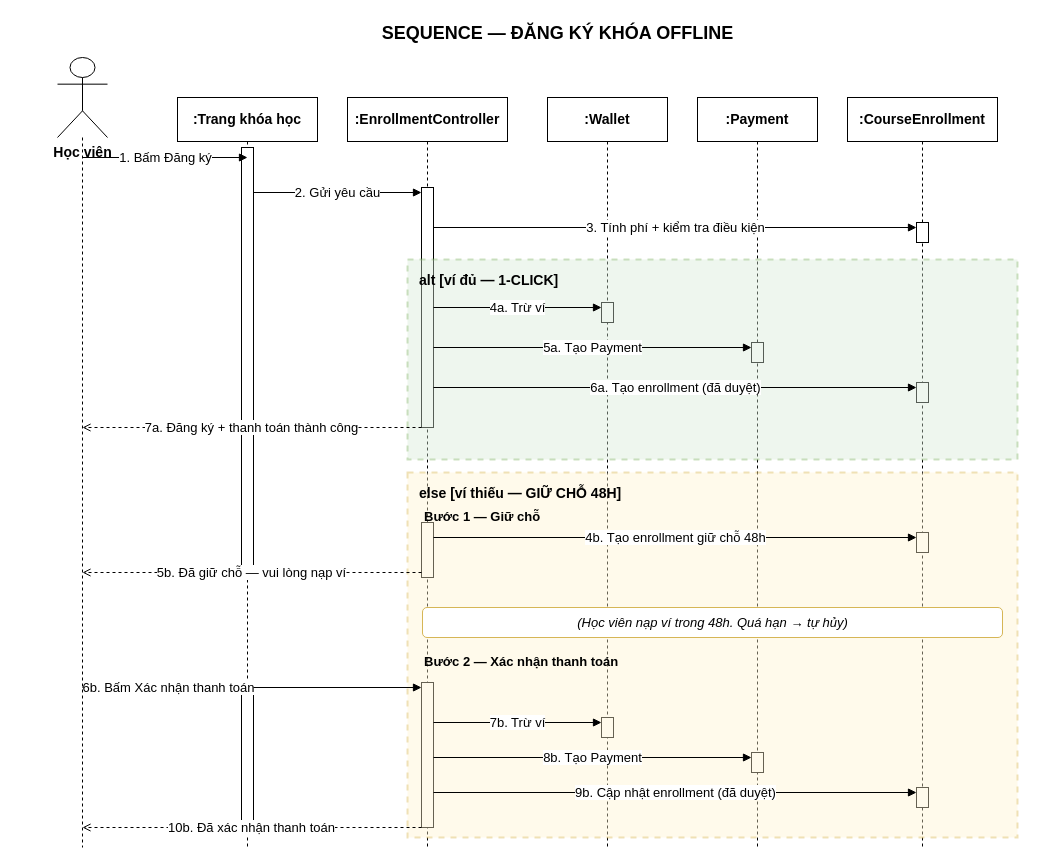
Before: docs/uml/pages/07_sequence-enrollment-manual-approval.drawio in DangThanh2204/CongDangKy_KhaiTriEdu_Laravel-, a draw.io diagram. Source tidied: cells renumbered, new cells numbered last; positions are measured from the earlier drawing's top-left corner, leaving out a move shared by most shapes. Both pictures are drawn from the tidied source at 100%, with x=0, y=0 at pixel (57, 17).
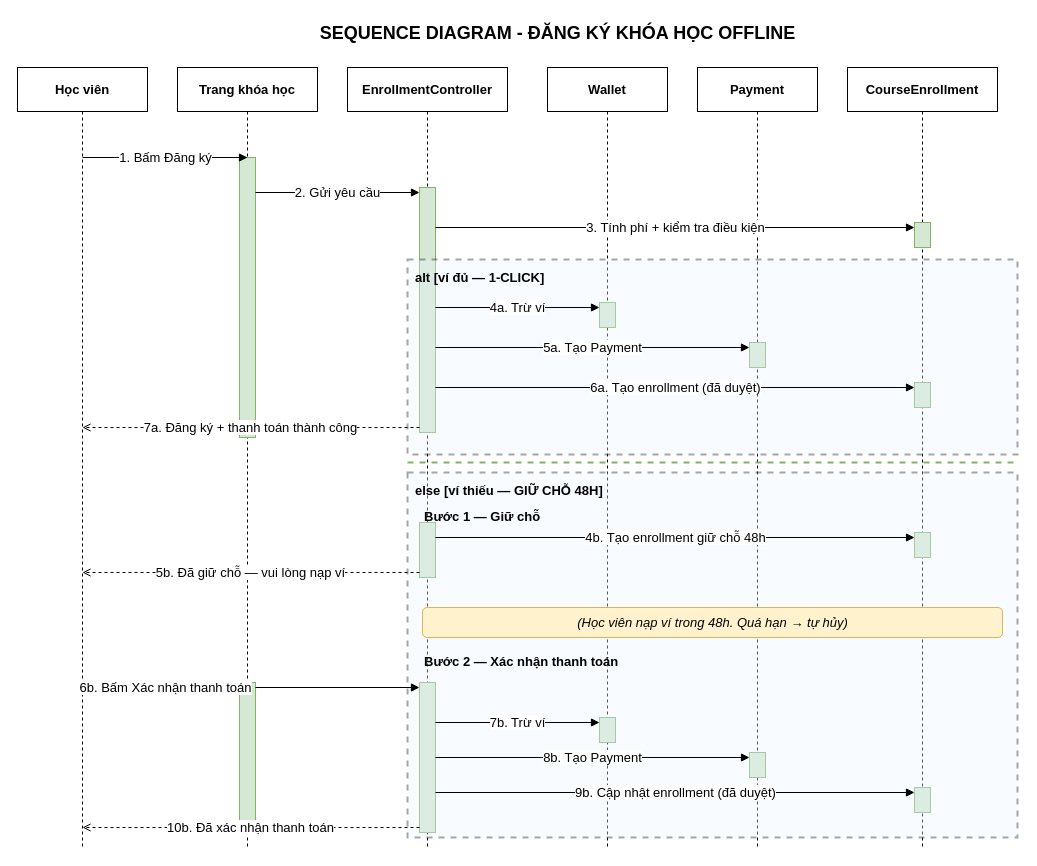
After the change.

Commit message:
docs(uml): đồng bộ sơ đồ 07 với phong cách các sequence diagram khác

The edit, as a diff of the source:
```diff
@@
-    <mxCell id="2" value="SEQUENCE — ĐĂNG KÝ KHÓA OFFLINE" style="text;html=1;strokeColor=none;fillColor=none;align=center;verticalAlign=middle;fontStyle=1;fontSize=18;" parent="1" vertex="1">
-      <mxGeometry x="180" width="640" height="32" as="geometry" />
+    <mxCell id="2" value="SEQUENCE DIAGRAM - ĐĂNG KÝ KHÓA HỌC OFFLINE" style="text;html=1;strokeColor=none;fillColor=none;align=center;verticalAlign=middle;fontStyle=1;fontSize=18;" parent="1" vertex="1">
+      <mxGeometry x="140" width="720" height="32" as="geometry" />
     </mxCell>
-    <mxCell id="3" value="Học viên" style="shape=umlActor;verticalLabelPosition=bottom;verticalAlign=top;html=1;fontSize=14;fontStyle=1;" parent="1" vertex="1">
-      <mxGeometry y="40" width="50" height="80" as="geometry" />
+    <mxCell id="3" value="Học viên" style="rounded=0;whiteSpace=wrap;html=1;fontStyle=1;fontSize=13;" parent="1" vertex="1">
+      <mxGeometry x="-40" y="50" width="130" height="44" as="geometry" />
     </mxCell>
-    <mxCell id="4" value=":Trang khóa học" style="rounded=0;whiteSpace=wrap;html=1;fontStyle=1;fontSize=14;fillColor=#ffffff;strokeColor=#000000;" parent="1" vertex="1">
-      <mxGeometry x="120" y="80" width="140" height="44" as="geometry" />
+    <mxCell id="4" value="Trang khóa học" style="rounded=0;whiteSpace=wrap;html=1;fontStyle=1;fontSize=13;" parent="1" vertex="1">
+      <mxGeometry x="120" y="50" width="140" height="44" as="geometry" />
     </mxCell>
-    <mxCell id="5" value=":EnrollmentController" style="rounded=0;whiteSpace=wrap;html=1;fontStyle=1;fontSize=14;fillColor=#ffffff;strokeColor=#000000;" parent="1" vertex="1">
-      <mxGeometry x="290" y="80" width="160" height="44" as="geometry" />
+    <mxCell id="5" value="EnrollmentController" style="rounded=0;whiteSpace=wrap;html=1;fontStyle=1;fontSize=13;" parent="1" vertex="1">
+      <mxGeometry x="290" y="50" width="160" height="44" as="geometry" />
     </mxCell>
-    <mxCell id="6" value=":Wallet" style="rounded=0;whiteSpace=wrap;html=1;fontStyle=1;fontSize=14;fillColor=#ffffff;strokeColor=#000000;" parent="1" vertex="1">
-      <mxGeometry x="490" y="80" width="120" height="44" as="geometry" />
+    <mxCell id="6" value="Wallet" style="rounded=0;whiteSpace=wrap;html=1;fontStyle=1;fontSize=13;" parent="1" vertex="1">
+      <mxGeometry x="490" y="50" width="120" height="44" as="geometry" />
     </mxCell>
-    <mxCell id="7" value=":Payment" style="rounded=0;whiteSpace=wrap;html=1;fontStyle=1;fontSize=14;fillColor=#ffffff;strokeColor=#000000;" parent="1" vertex="1">
-      <mxGeometry x="640" y="80" width="120" height="44" as="geometry" />
+    <mxCell id="7" value="Payment" style="rounded=0;whiteSpace=wrap;html=1;fontStyle=1;fontSize=13;" parent="1" vertex="1">
+      <mxGeometry x="640" y="50" width="120" height="44" as="geometry" />
     </mxCell>
-    <mxCell id="8" value=":CourseEnrollment" style="rounded=0;whiteSpace=wrap;html=1;fontStyle=1;fontSize=14;fillColor=#ffffff;strokeColor=#000000;" parent="1" vertex="1">
-      <mxGeometry x="790" y="80" width="150" height="44" as="geometry" />
+    <mxCell id="8" value="CourseEnrollment" style="rounded=0;whiteSpace=wrap;html=1;fontStyle=1;fontSize=13;" parent="1" vertex="1">
+      <mxGeometry x="790" y="50" width="150" height="44" as="geometry" />
     </mxCell>
-    <mxCell id="9" style="dashed=1;endArrow=none;html=1;strokeColor=#000000;" parent="1" edge="1">
+    <mxCell id="9" style="dashed=1;endArrow=none;html=1;" parent="1" edge="1">
       <mxGeometry relative="1" as="geometry">
-        <mxPoint x="25" y="120" as="sourcePoint" />
+        <mxPoint x="25" y="94" as="sourcePoint" />
         <mxPoint x="25" y="830" as="targetPoint" />
       </mxGeometry>
     </mxCell>
-    <mxCell id="10" style="dashed=1;endArrow=none;html=1;strokeColor=#000000;" parent="1" edge="1">
+    <mxCell id="10" style="dashed=1;endArrow=none;html=1;" parent="1" edge="1">
       <mxGeometry relative="1" as="geometry">
-        <mxPoint x="190" y="124" as="sourcePoint" />
+        <mxPoint x="190" y="94" as="sourcePoint" />
         <mxPoint x="190" y="830" as="targetPoint" />
       </mxGeometry>
     </mxCell>
-    <mxCell id="11" style="dashed=1;endArrow=none;html=1;strokeColor=#000000;" parent="1" edge="1">
+    <mxCell id="11" style="dashed=1;endArrow=none;html=1;" parent="1" edge="1">
       <mxGeometry relative="1" as="geometry">
-        <mxPoint x="370" y="124" as="sourcePoint" />
+        <mxPoint x="370" y="94" as="sourcePoint" />
         <mxPoint x="370" y="830" as="targetPoint" />
       </mxGeometry>
     </mxCell>
-    <mxCell id="12" style="dashed=1;endArrow=none;html=1;strokeColor=#000000;" parent="1" edge="1">
+    <mxCell id="12" style="dashed=1;endArrow=none;html=1;" parent="1" edge="1">
       <mxGeometry relative="1" as="geometry">
-        <mxPoint x="550" y="124" as="sourcePoint" />
+        <mxPoint x="550" y="94" as="sourcePoint" />
         <mxPoint x="550" y="830" as="targetPoint" />
       </mxGeometry>
     </mxCell>
-    <mxCell id="13" style="dashed=1;endArrow=none;html=1;strokeColor=#000000;" parent="1" edge="1">
+    <mxCell id="13" style="dashed=1;endArrow=none;html=1;" parent="1" edge="1">
       <mxGeometry relative="1" as="geometry">
-        <mxPoint x="700" y="124" as="sourcePoint" />
+        <mxPoint x="700" y="94" as="sourcePoint" />
         <mxPoint x="700" y="830" as="targetPoint" />
       </mxGeometry>
     </mxCell>
-    <mxCell id="14" style="dashed=1;endArrow=none;html=1;strokeColor=#000000;" parent="1" edge="1">
+    <mxCell id="14" style="dashed=1;endArrow=none;html=1;" parent="1" edge="1">
       <mxGeometry relative="1" as="geometry">
-        <mxPoint x="865" y="124" as="sourcePoint" />
+        <mxPoint x="865" y="94" as="sourcePoint" />
         <mxPoint x="865" y="830" as="targetPoint" />
       </mxGeometry>
     </mxCell>
-    <mxCell id="15" style="rounded=0;whiteSpace=wrap;html=1;fillColor=#ffffff;strokeColor=#000000;" parent="1" vertex="1">
-      <mxGeometry x="184" y="130" width="12" height="430" as="geometry" />
+    <mxCell id="15" style="rounded=0;whiteSpace=wrap;html=1;fillColor=#d5e8d4;strokeColor=#82b366;" parent="1" vertex="1">
+      <mxGeometry x="182" y="140" width="16" height="280" as="geometry" />
     </mxCell>
-    <mxCell id="16" style="rounded=0;whiteSpace=wrap;html=1;fillColor=#ffffff;strokeColor=#000000;" parent="1" vertex="1">
-      <mxGeometry x="184" y="665" width="12" height="145" as="geometry" />
+    <mxCell id="16" style="rounded=0;whiteSpace=wrap;html=1;fillColor=#d5e8d4;strokeColor=#82b366;" parent="1" vertex="1">
+      <mxGeometry x="182" y="665" width="16" height="150" as="geometry" />
     </mxCell>
-    <mxCell id="17" style="rounded=0;whiteSpace=wrap;html=1;fillColor=#ffffff;strokeColor=#000000;" parent="1" vertex="1">
-      <mxGeometry x="364" y="170" width="12" height="240" as="geometry" />
+    <mxCell id="17" style="rounded=0;whiteSpace=wrap;html=1;fillColor=#d5e8d4;strokeColor=#82b366;" parent="1" vertex="1">
+      <mxGeometry x="362" y="170" width="16" height="245" as="geometry" />
     </mxCell>
-    <mxCell id="18" style="rounded=0;whiteSpace=wrap;html=1;fillColor=#ffffff;strokeColor=#000000;" parent="1" vertex="1">
-      <mxGeometry x="364" y="505" width="12" height="55" as="geometry" />
+    <mxCell id="18" style="rounded=0;whiteSpace=wrap;html=1;fillColor=#d5e8d4;strokeColor=#82b366;" parent="1" vertex="1">
+      <mxGeometry x="362" y="505" width="16" height="55" as="geometry" />
     </mxCell>
-    <mxCell id="19" style="rounded=0;whiteSpace=wrap;html=1;fillColor=#ffffff;strokeColor=#000000;" parent="1" vertex="1">
-      <mxGeometry x="364" y="665" width="12" height="145" as="geometry" />
+    <mxCell id="19" style="rounded=0;whiteSpace=wrap;html=1;fillColor=#d5e8d4;strokeColor=#82b366;" parent="1" vertex="1">
+      <mxGeometry x="362" y="665" width="16" height="150" as="geometry" />
     </mxCell>
-    <mxCell id="20" style="rounded=0;whiteSpace=wrap;html=1;fillColor=#ffffff;strokeColor=#000000;" parent="1" vertex="1">
-      <mxGeometry x="544" y="285" width="12" height="20" as="geometry" />
+    <mxCell id="20" style="rounded=0;whiteSpace=wrap;html=1;fillColor=#d5e8d4;strokeColor=#82b366;" parent="1" vertex="1">
+      <mxGeometry x="542" y="285" width="16" height="25" as="geometry" />
     </mxCell>
-    <mxCell id="21" style="rounded=0;whiteSpace=wrap;html=1;fillColor=#ffffff;strokeColor=#000000;" parent="1" vertex="1">
-      <mxGeometry x="544" y="700" width="12" height="20" as="geometry" />
+    <mxCell id="21" style="rounded=0;whiteSpace=wrap;html=1;fillColor=#d5e8d4;strokeColor=#82b366;" parent="1" vertex="1">
+      <mxGeometry x="542" y="700" width="16" height="25" as="geometry" />
     </mxCell>
-    <mxCell id="22" style="rounded=0;whiteSpace=wrap;html=1;fillColor=#ffffff;strokeColor=#000000;" parent="1" vertex="1">
-      <mxGeometry x="694" y="325" width="12" height="20" as="geometry" />
+    <mxCell id="22" style="rounded=0;whiteSpace=wrap;html=1;fillColor=#d5e8d4;strokeColor=#82b366;" parent="1" vertex="1">
+      <mxGeometry x="692" y="325" width="16" height="25" as="geometry" />
     </mxCell>
-    <mxCell id="23" style="rounded=0;whiteSpace=wrap;html=1;fillColor=#ffffff;strokeColor=#000000;" parent="1" vertex="1">
-      <mxGeometry x="694" y="735" width="12" height="20" as="geometry" />
+    <mxCell id="23" style="rounded=0;whiteSpace=wrap;html=1;fillColor=#d5e8d4;strokeColor=#82b366;" parent="1" vertex="1">
+      <mxGeometry x="692" y="735" width="16" height="25" as="geometry" />
     </mxCell>
-    <mxCell id="24" style="rounded=0;whiteSpace=wrap;html=1;fillColor=#ffffff;strokeColor=#000000;" parent="1" vertex="1">
-      <mxGeometry x="859" y="205" width="12" height="20" as="geometry" />
+    <mxCell id="24" style="rounded=0;whiteSpace=wrap;html=1;fillColor=#d5e8d4;strokeColor=#82b366;" parent="1" vertex="1">
+      <mxGeometry x="857" y="205" width="16" height="25" as="geometry" />
     </mxCell>
-    <mxCell id="25" style="rounded=0;whiteSpace=wrap;html=1;fillColor=#ffffff;strokeColor=#000000;" parent="1" vertex="1">
-      <mxGeometry x="859" y="365" width="12" height="20" as="geometry" />
+    <mxCell id="25" style="rounded=0;whiteSpace=wrap;html=1;fillColor=#d5e8d4;strokeColor=#82b366;" parent="1" vertex="1">
+      <mxGeometry x="857" y="365" width="16" height="25" as="geometry" />
     </mxCell>
-    <mxCell id="26" style="rounded=0;whiteSpace=wrap;html=1;fillColor=#ffffff;strokeColor=#000000;" parent="1" vertex="1">
-      <mxGeometry x="859" y="515" width="12" height="20" as="geometry" />
+    <mxCell id="26" style="rounded=0;whiteSpace=wrap;html=1;fillColor=#d5e8d4;strokeColor=#82b366;" parent="1" vertex="1">
+      <mxGeometry x="857" y="515" width="16" height="25" as="geometry" />
     </mxCell>
-    <mxCell id="27" style="rounded=0;whiteSpace=wrap;html=1;fillColor=#ffffff;strokeColor=#000000;" parent="1" vertex="1">
-      <mxGeometry x="859" y="770" width="12" height="20" as="geometry" />
+    <mxCell id="27" style="rounded=0;whiteSpace=wrap;html=1;fillColor=#d5e8d4;strokeColor=#82b366;" parent="1" vertex="1">
+      <mxGeometry x="857" y="770" width="16" height="25" as="geometry" />
     </mxCell>
@@
     <mxCell id="29" value="2. Gửi yêu cầu" style="edgeStyle=none;rounded=0;html=1;endArrow=block;fontSize=13;" parent="1" edge="1">
       <mxGeometry relative="1" as="geometry">
-        <mxPoint x="196" y="175" as="sourcePoint" />
-        <mxPoint x="364" y="175" as="targetPoint" />
+        <mxPoint x="198" y="175" as="sourcePoint" />
+        <mxPoint x="362" y="175" as="targetPoint" />
       </mxGeometry>
     </mxCell>
     <mxCell id="30" value="3. Tính phí + kiểm tra điều kiện" style="edgeStyle=none;rounded=0;html=1;endArrow=block;fontSize=13;" parent="1" edge="1">
       <mxGeometry relative="1" as="geometry">
-        <mxPoint x="376" y="210" as="sourcePoint" />
-        <mxPoint x="859" y="210" as="targetPoint" />
+        <mxPoint x="378" y="210" as="sourcePoint" />
+        <mxPoint x="857" y="210" as="targetPoint" />
       </mxGeometry>
     </mxCell>
-    <mxCell id="31" value="alt [ví đủ — 1-CLICK]" style="rounded=0;dashed=1;whiteSpace=wrap;html=1;fontStyle=1;fontSize=14;align=left;verticalAlign=top;spacingTop=6;spacingLeft=10;fillColor=#d5e8d4;strokeColor=#82b366;opacity=40;strokeWidth=2;" parent="1" vertex="1">
-      <mxGeometry x="350" y="242" width="610" height="200" as="geometry" />
+    <mxCell id="31" value="alt [ví đủ — 1-CLICK]" style="rounded=0;dashed=1;whiteSpace=wrap;html=1;fontStyle=1;fontSize=13;align=left;verticalAlign=top;spacingTop=4;spacingLeft=6;fillColor=#EAF3FF;opacity=35;strokeWidth=2;" parent="1" vertex="1">
+      <mxGeometry x="350" y="242" width="610" height="195" as="geometry" />
     </mxCell>
     <mxCell id="32" value="4a. Trừ ví" style="edgeStyle=none;rounded=0;html=1;endArrow=block;fontSize=13;" parent="1" edge="1">
       <mxGeometry relative="1" as="geometry">
-        <mxPoint x="376" y="290" as="sourcePoint" />
-        <mxPoint x="544" y="290" as="targetPoint" />
+        <mxPoint x="378" y="290" as="sourcePoint" />
+        <mxPoint x="542" y="290" as="targetPoint" />
       </mxGeometry>
     </mxCell>
     <mxCell id="33" value="5a. Tạo Payment" style="edgeStyle=none;rounded=0;html=1;endArrow=block;fontSize=13;" parent="1" edge="1">
       <mxGeometry relative="1" as="geometry">
-        <mxPoint x="376" y="330" as="sourcePoint" />
-        <mxPoint x="694" y="330" as="targetPoint" />
+        <mxPoint x="378" y="330" as="sourcePoint" />
+        <mxPoint x="692" y="330" as="targetPoint" />
       </mxGeometry>
     </mxCell>
     <mxCell id="34" value="6a. Tạo enrollment (đã duyệt)" style="edgeStyle=none;rounded=0;html=1;endArrow=block;fontSize=13;" parent="1" edge="1">
       <mxGeometry relative="1" as="geometry">
-        <mxPoint x="376" y="370" as="sourcePoint" />
-        <mxPoint x="859" y="370" as="targetPoint" />
+        <mxPoint x="378" y="370" as="sourcePoint" />
+        <mxPoint x="857" y="370" as="targetPoint" />
       </mxGeometry>
     </mxCell>
     <mxCell id="35" value="7a. Đăng ký + thanh toán thành công" style="edgeStyle=none;rounded=0;dashed=1;endArrow=open;endFill=0;html=1;fontSize=13;" parent="1" edge="1">
       <mxGeometry relative="1" as="geometry">
-        <mxPoint x="364" y="410" as="sourcePoint" />
+        <mxPoint x="362" y="410" as="sourcePoint" />
         <mxPoint x="25" y="410" as="targetPoint" />
       </mxGeometry>
     </mxCell>
+    <mxCell id="48" style="dashed=1;endArrow=none;html=1;strokeColor=#82b366;strokeWidth=2;" parent="1" edge="1">
+      <mxGeometry relative="1" as="geometry">
+        <mxPoint x="350" y="445" as="sourcePoint" />
+        <mxPoint x="960" y="445" as="targetPoint" />
+      </mxGeometry>
+    </mxCell>
-    <mxCell id="36" value="else [ví thiếu — GIỮ CHỖ 48H]" style="rounded=0;dashed=1;whiteSpace=wrap;html=1;fontStyle=1;fontSize=14;align=left;verticalAlign=top;spacingTop=6;spacingLeft=10;fillColor=#fff2cc;strokeColor=#d6b656;opacity=40;strokeWidth=2;" parent="1" vertex="1">
+    <mxCell id="36" value="else [ví thiếu — GIỮ CHỖ 48H]" style="rounded=0;dashed=1;whiteSpace=wrap;html=1;fontStyle=1;fontSize=13;align=left;verticalAlign=top;spacingTop=4;spacingLeft=6;fillColor=#EAF3FF;opacity=35;strokeWidth=2;" parent="1" vertex="1">
       <mxGeometry x="350" y="455" width="610" height="365" as="geometry" />
     </mxCell>
@@
     <mxCell id="38" value="4b. Tạo enrollment giữ chỗ 48h" style="edgeStyle=none;rounded=0;html=1;endArrow=block;fontSize=13;" parent="1" edge="1">
       <mxGeometry relative="1" as="geometry">
-        <mxPoint x="376" y="520" as="sourcePoint" />
-        <mxPoint x="859" y="520" as="targetPoint" />
+        <mxPoint x="378" y="520" as="sourcePoint" />
+        <mxPoint x="857" y="520" as="targetPoint" />
       </mxGeometry>
     </mxCell>
     <mxCell id="39" value="5b. Đã giữ chỗ — vui lòng nạp ví" style="edgeStyle=none;rounded=0;dashed=1;endArrow=open;endFill=0;html=1;fontSize=13;" parent="1" edge="1">
       <mxGeometry relative="1" as="geometry">
-        <mxPoint x="364" y="555" as="sourcePoint" />
+        <mxPoint x="362" y="555" as="sourcePoint" />
         <mxPoint x="25" y="555" as="targetPoint" />
       </mxGeometry>
     </mxCell>
-    <mxCell id="40" value="(Học viên nạp ví trong 48h. Quá hạn → tự hủy)" style="text;html=1;strokeColor=#d6b656;fillColor=#ffffff;align=center;verticalAlign=middle;fontStyle=2;fontSize=13;rounded=1;" parent="1" vertex="1">
+    <mxCell id="40" value="(Học viên nạp ví trong 48h. Quá hạn → tự hủy)" style="text;html=1;strokeColor=#d6b656;fillColor=#fff2cc;align=center;verticalAlign=middle;fontStyle=2;fontSize=13;rounded=1;" parent="1" vertex="1">
       <mxGeometry x="365" y="590" width="580" height="30" as="geometry" />
     </mxCell>
@@
     <mxCell id="42" value="6b. Bấm Xác nhận thanh toán" style="edgeStyle=none;rounded=0;html=1;endArrow=block;fontSize=13;" parent="1" edge="1">
       <mxGeometry relative="1" as="geometry">
         <mxPoint x="25" y="670" as="sourcePoint" />
-        <mxPoint x="196" y="670" as="targetPoint" />
+        <mxPoint x="190" y="670" as="targetPoint" />
       </mxGeometry>
     </mxCell>
     <mxCell id="43" style="edgeStyle=none;rounded=0;html=1;endArrow=block;fontSize=13;" parent="1" edge="1">
       <mxGeometry relative="1" as="geometry">
-        <mxPoint x="196" y="670" as="sourcePoint" />
-        <mxPoint x="364" y="670" as="targetPoint" />
+        <mxPoint x="198" y="670" as="sourcePoint" />
+        <mxPoint x="362" y="670" as="targetPoint" />
       </mxGeometry>
     </mxCell>
     <mxCell id="44" value="7b. Trừ ví" style="edgeStyle=none;rounded=0;html=1;endArrow=block;fontSize=13;" parent="1" edge="1">
       <mxGeometry relative="1" as="geometry">
-        <mxPoint x="376" y="705" as="sourcePoint" />
-        <mxPoint x="544" y="705" as="targetPoint" />
+        <mxPoint x="378" y="705" as="sourcePoint" />
+        <mxPoint x="542" y="705" as="targetPoint" />
       </mxGeometry>
     </mxCell>
     <mxCell id="45" value="8b. Tạo Payment" style="edgeStyle=none;rounded=0;html=1;endArrow=block;fontSize=13;" parent="1" edge="1">
       <mxGeometry relative="1" as="geometry">
-        <mxPoint x="376" y="740" as="sourcePoint" />
-        <mxPoint x="694" y="740" as="targetPoint" />
+        <mxPoint x="378" y="740" as="sourcePoint" />
+        <mxPoint x="692" y="740" as="targetPoint" />
       </mxGeometry>
     </mxCell>
     <mxCell id="46" value="9b. Cập nhật enrollment (đã duyệt)" style="edgeStyle=none;rounded=0;html=1;endArrow=block;fontSize=13;" parent="1" edge="1">
       <mxGeometry relative="1" as="geometry">
-        <mxPoint x="376" y="775" as="sourcePoint" />
-        <mxPoint x="859" y="775" as="targetPoint" />
+        <mxPoint x="378" y="775" as="sourcePoint" />
+        <mxPoint x="857" y="775" as="targetPoint" />
       </mxGeometry>
     </mxCell>
     <mxCell id="47" value="10b. Đã xác nhận thanh toán" style="edgeStyle=none;rounded=0;dashed=1;endArrow=open;endFill=0;html=1;fontSize=13;" parent="1" edge="1">
       <mxGeometry relative="1" as="geometry">
-        <mxPoint x="364" y="810" as="sourcePoint" />
+        <mxPoint x="362" y="810" as="sourcePoint" />
         <mxPoint x="25" y="810" as="targetPoint" />
       </mxGeometry>
     </mxCell>
```
